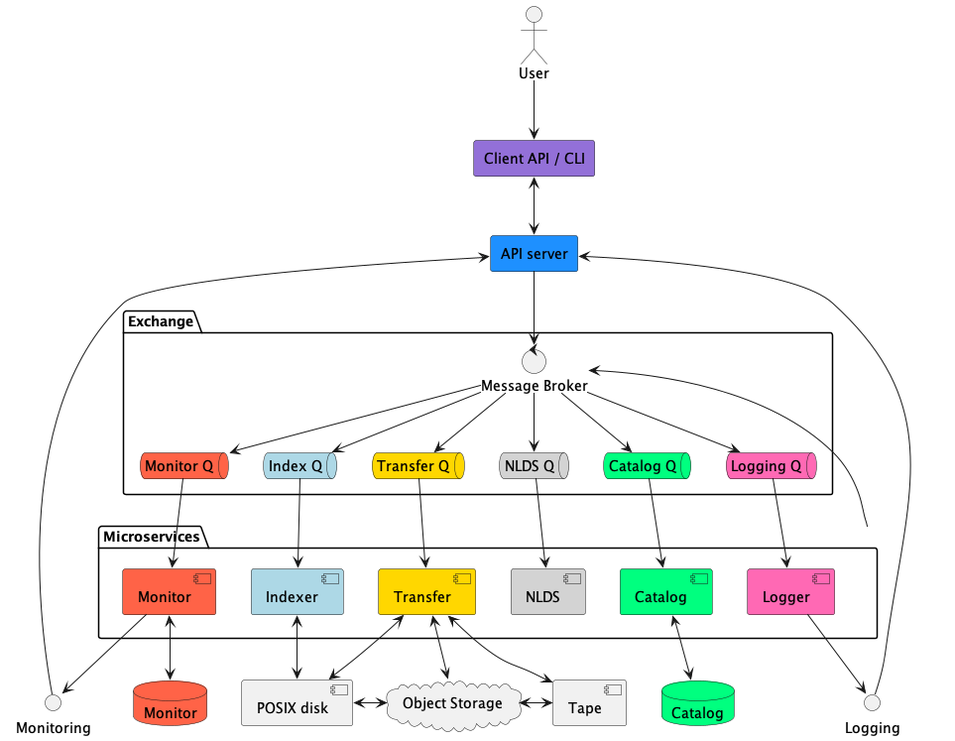
The PlantUML diagram docs/spec/uml/overview.png in cedadev/nlds, before a commit.
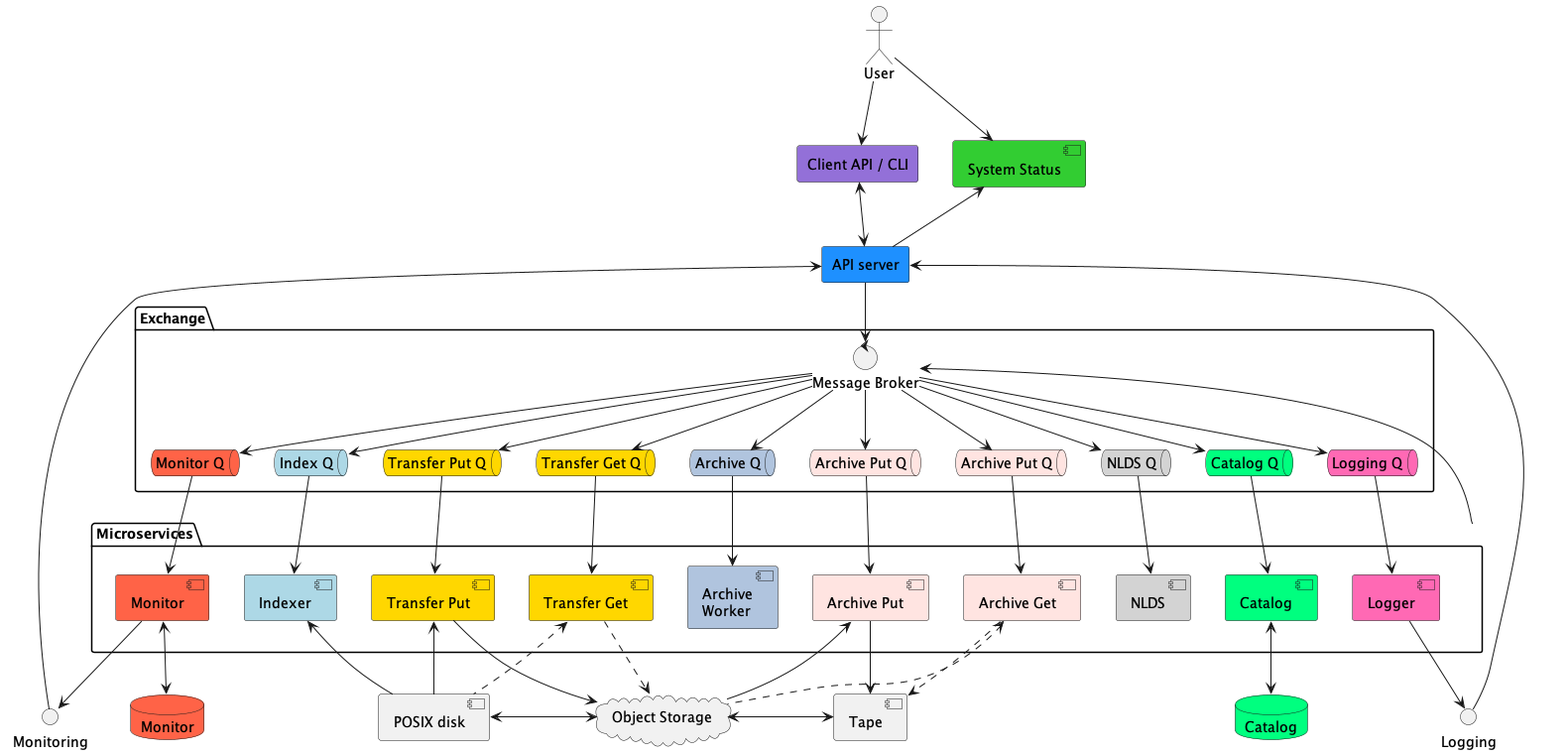
The same diagram one commit later.

Commit message:
Updated overview to add new components

The edit, as a diff of the source:
```diff
@@ -16,11 +16,17 @@
 component posix as "POSIX disk"
 component tape as "Tape"
 
+component sys_stat as "System Status" #LimeGreen
+
 package Exchange{
     control mb as "Message Broker"
     queue mq as "Monitor Q" #tomato
     queue iq as "Index Q" #lightblue
-    queue tq as "Transfer Q" #gold
+    queue tpq as "Transfer Put Q" #gold
+    queue tgq as "Transfer Get Q" #gold
+    queue aq as "Archive Q" #LightSteelBlue
+    queue qap as "Archive Put Q" #MistyRose
+    queue qag as "Archive Put Q" #MistyRose
     queue wq as "NLDS Q" #lightgrey
     queue cq as "Catalog Q" #SpringGreen
     queue lq as "Logging Q" #hotpink
@@ -29,7 +35,11 @@
 package Microservices {
     component monitor as "Monitor" #tomato
     component indexer as "Indexer" #lightblue
-    component transfer as "Transfer" #gold
+    component transfer_put as "Transfer Put" #gold
+    component transfer_get as "Transfer Get" #gold
+    component archy as "Archive\nWorker" #LightSteelBlue
+    component archive_put as "Archive Put" #MistyRose
+    component archive_get as "Archive Get" #MistyRose
     component work as "NLDS" #lightgrey
     component catalog as "Catalog" #SpringGreen
     component logger as "Logger" #hotpink
@@ -38,19 +48,29 @@
 Microservices-->mb
 
 user-->client
+user-->sys_stat
 client<-->API_server
 API_server-->mb
+sys_stat<--API_server
 
 mb --> wq
 mb --> iq
-mb --> tq
+mb --> tpq
+mb --> tgq
+mb --> aq
+mb --> qap
+mb --> qag
 mb --> cq
 mb --> mq
 mb --> lq
 
 wq --> work
 iq --> indexer
-tq --> transfer
+tpq --> transfer_put
+tgq --> transfer_get
+aq --> archy
+qap --> archive_put
+qag --> archive_get
 cq --> catalog
 mq --> monitor
 lq --> logger
@@ -63,10 +83,15 @@
 API_server <--- logging
 
 catalog <--> catalogdb
-transfer <--> object_storage
-transfer <--> posix
-transfer <--> tape
-indexer <--> posix
+transfer_put --> object_storage
+transfer_put <-- posix
+transfer_get ..> object_storage
+transfer_get <.. posix
+archive_put <-- object_storage
+archive_put --> tape
+archive_get <.. object_storage
+archive_get ..> tape
+indexer <-- posix
 
 posix <-> object_storage
 object_storage <-> tape
```
